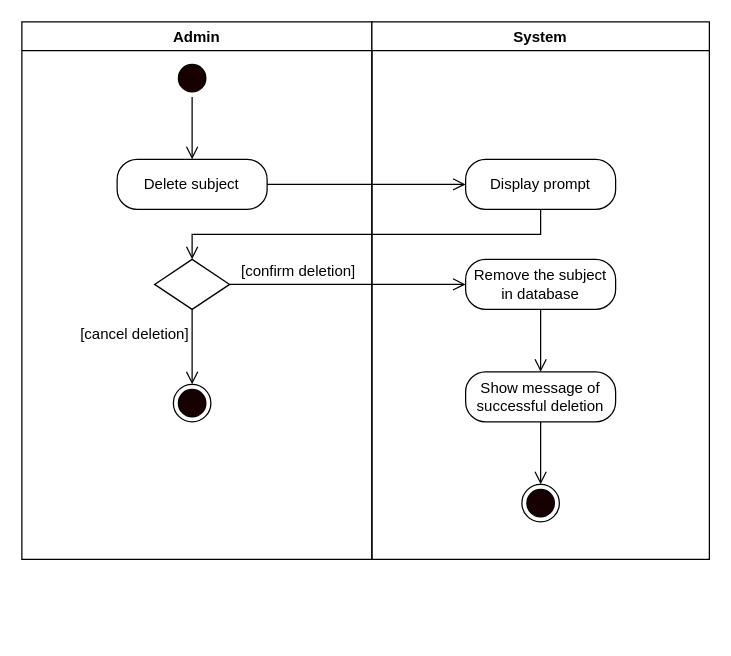
mrklglsn/CAPSTONE-FILES keeps this draw.io diagram as page "Delete Subject" (3 of 11) of REVISIONS/UML-DIAGRAMS/6-9-2021/ACTIVITY DIAGRAM/ACTIVITY DIAGRAM2.drawio. Above is the earlier version. Source tidied: cells renumbered, new cells numbered last; positions are measured from the earlier drawing's top-left corner, leaving out a move shared by most shapes. Both pictures are drawn from the tidied source at 125%, with x=0, y=0 at pixel (21, 21).
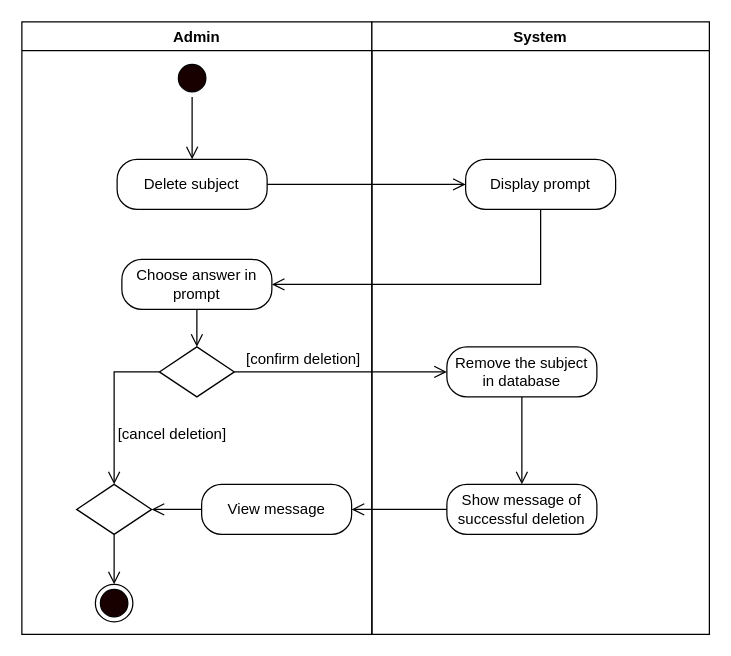
Above is the later version.

Unchanged cells that the change refers to:
```xml
<mxCell id="12" value="Display prompt" style="rounded=1;whiteSpace=wrap;html=1;arcSize=40;" parent="11" vertex="1">
  <mxGeometry x="75" y="110" width="120" height="40" as="geometry" />
</mxCell>
```

Diff of the diagram source:
```diff
@@
     <mxCell id="2" value="Admin" style="swimlane;startSize=23;" parent="1" vertex="1">
-      <mxGeometry width="280" height="430" as="geometry" />
+      <mxGeometry width="280" height="490" as="geometry" />
     </mxCell>
@@
+    <mxCell id="21" style="edgeStyle=orthogonalEdgeStyle;rounded=0;jettySize=auto;html=1;exitX=0;exitY=0.5;exitDx=0;exitDy=0;endArrow=open;endFill=0;endSize=8;" parent="2" edge="1" source="6" target="23">
+      <mxGeometry relative="1" as="geometry" />
+    </mxCell>
     <mxCell id="6" style="rhombus;whiteSpace=wrap;html=1;" parent="2" vertex="1">
-      <mxGeometry x="106.2" y="190" width="60" height="40" as="geometry" />
+      <mxGeometry x="110" y="260" width="60" height="40" as="geometry" />
     </mxCell>
     <mxCell id="7" value="[confirm deletion]" style="text;html=1;align=center;verticalAlign=middle;strokeColor=none;" parent="2" vertex="1">
-      <mxGeometry x="166.2" y="190" width="110" height="20" as="geometry" />
+      <mxGeometry x="170" y="260" width="110" height="20" as="geometry" />
     </mxCell>
     <mxCell id="8" value="[cancel deletion]" style="text;html=1;align=center;verticalAlign=middle;strokeColor=none;" parent="2" vertex="1">
-      <mxGeometry x="40" y="240" width="100" height="20" as="geometry" />
+      <mxGeometry x="70" y="320" width="100" height="20" as="geometry" />
     </mxCell>
     <mxCell id="9" style="ellipse;html=1;shape=endState;fillColor=#190000;" parent="2" vertex="1">
-      <mxGeometry x="121.2" y="290" width="30" height="30" as="geometry" />
+      <mxGeometry x="58.8" y="450" width="30" height="30" as="geometry" />
     </mxCell>
-    <mxCell id="10" style="edgeStyle=orthogonalEdgeStyle;rounded=0;jettySize=auto;html=1;exitX=0.5;exitY=1;exitDx=0;exitDy=0;endArrow=open;endFill=0;endSize=8;entryX=0.5;entryY=0;entryDx=0;entryDy=0;" parent="2" edge="1" source="6" target="9">
-      <mxGeometry relative="1" as="geometry" />
-    </mxCell>
+    <mxCell id="22" style="edgeStyle=orthogonalEdgeStyle;rounded=0;jettySize=auto;html=1;exitX=0.5;exitY=1;exitDx=0;exitDy=0;endArrow=open;endFill=0;endSize=8;" parent="2" edge="1" source="23" target="9">
+      <mxGeometry relative="1" as="geometry" />
+    </mxCell>
+    <mxCell id="23" style="rhombus;whiteSpace=wrap;html=1;" parent="2" vertex="1">
+      <mxGeometry x="43.8" y="370" width="60" height="40" as="geometry" />
+    </mxCell>
+    <mxCell id="24" style="edgeStyle=orthogonalEdgeStyle;rounded=0;jettySize=auto;html=1;exitX=0;exitY=0.5;exitDx=0;exitDy=0;entryX=1;entryY=0.5;entryDx=0;entryDy=0;endArrow=open;endFill=0;endSize=8;" parent="2" edge="1" source="25" target="23">
+      <mxGeometry relative="1" as="geometry" />
+    </mxCell>
+    <mxCell id="25" value="View message" style="rounded=1;whiteSpace=wrap;html=1;arcSize=40;" parent="2" vertex="1">
+      <mxGeometry x="143.8" y="370" width="120" height="40" as="geometry" />
+    </mxCell>
+    <mxCell id="26" style="edgeStyle=orthogonalEdgeStyle;rounded=0;jettySize=auto;html=1;exitX=0.5;exitY=1;exitDx=0;exitDy=0;endArrow=open;endFill=0;endSize=8;" parent="2" edge="1" source="27" target="6">
+      <mxGeometry relative="1" as="geometry" />
+    </mxCell>
+    <mxCell id="27" value="Choose answer in prompt" style="rounded=1;whiteSpace=wrap;html=1;arcSize=40;" parent="2" vertex="1">
+      <mxGeometry x="80" y="190" width="120" height="40" as="geometry" />
+    </mxCell>
     <mxCell id="11" value="System" style="swimlane;" parent="1" vertex="1">
-      <mxGeometry x="280" width="270" height="430" as="geometry" />
+      <mxGeometry x="280" width="270" height="490" as="geometry" />
     </mxCell>
@@
+    <mxCell id="28" style="edgeStyle=orthogonalEdgeStyle;rounded=0;jettySize=auto;html=1;exitX=0.5;exitY=1;exitDx=0;exitDy=0;endArrow=open;endFill=0;endSize=8;" parent="11" edge="1" source="13" target="14">
+      <mxGeometry relative="1" as="geometry" />
+    </mxCell>
     <mxCell id="13" value="Remove the subject in database" style="rounded=1;whiteSpace=wrap;html=1;arcSize=40;" parent="11" vertex="1">
-      <mxGeometry x="75" y="190" width="120" height="40" as="geometry" />
+      <mxGeometry x="60" y="260" width="120" height="40" as="geometry" />
     </mxCell>
     <mxCell id="14" value="Show message of successful deletion" style="rounded=1;whiteSpace=wrap;html=1;arcSize=40;" parent="11" vertex="1">
-      <mxGeometry x="75" y="280" width="120" height="40" as="geometry" />
+      <mxGeometry x="60" y="370" width="120" height="40" as="geometry" />
     </mxCell>
-    <mxCell id="15" style="ellipse;html=1;shape=endState;fillColor=#190000;" parent="11" vertex="1">
-      <mxGeometry x="120" y="370" width="30" height="30" as="geometry" />
-    </mxCell>
@@
-    <mxCell id="17" style="edgeStyle=orthogonalEdgeStyle;rounded=0;jettySize=auto;html=1;exitX=0.5;exitY=1;exitDx=0;exitDy=0;endArrow=open;endFill=0;endSize=8;entryX=0.5;entryY=0;entryDx=0;entryDy=0;" parent="1" edge="1" source="12" target="6">
-      <mxGeometry relative="1" as="geometry" />
-    </mxCell>
@@
-    <mxCell id="19" style="edgeStyle=orthogonalEdgeStyle;rounded=0;jettySize=auto;html=1;exitX=0.5;exitY=1;exitDx=0;exitDy=0;endArrow=open;endFill=0;endSize=8;" parent="1" edge="1" source="13">
-      <mxGeometry relative="1" as="geometry">
-        <mxPoint x="415" y="280" as="targetPoint" />
-      </mxGeometry>
-    </mxCell>
-    <mxCell id="20" style="edgeStyle=orthogonalEdgeStyle;rounded=0;jettySize=auto;html=1;exitX=0.5;exitY=1;exitDx=0;exitDy=0;endArrow=open;endFill=0;endSize=8;" parent="1" edge="1" source="14">
-      <mxGeometry relative="1" as="geometry">
-        <mxPoint x="415" y="370" as="targetPoint" />
-      </mxGeometry>
-    </mxCell>
+    <mxCell id="29" style="edgeStyle=orthogonalEdgeStyle;rounded=0;jettySize=auto;html=1;exitX=0;exitY=0.5;exitDx=0;exitDy=0;entryX=1;entryY=0.5;entryDx=0;entryDy=0;endArrow=open;endFill=0;endSize=8;" parent="1" edge="1" source="14" target="25">
+      <mxGeometry relative="1" as="geometry" />
+    </mxCell>
+    <mxCell id="30" style="edgeStyle=orthogonalEdgeStyle;rounded=0;jettySize=auto;html=1;exitX=0.5;exitY=1;exitDx=0;exitDy=0;endArrow=open;endFill=0;endSize=8;entryX=1;entryY=0.5;entryDx=0;entryDy=0;" parent="1" edge="1" source="12" target="27">
+      <mxGeometry relative="1" as="geometry" />
+    </mxCell>
```
